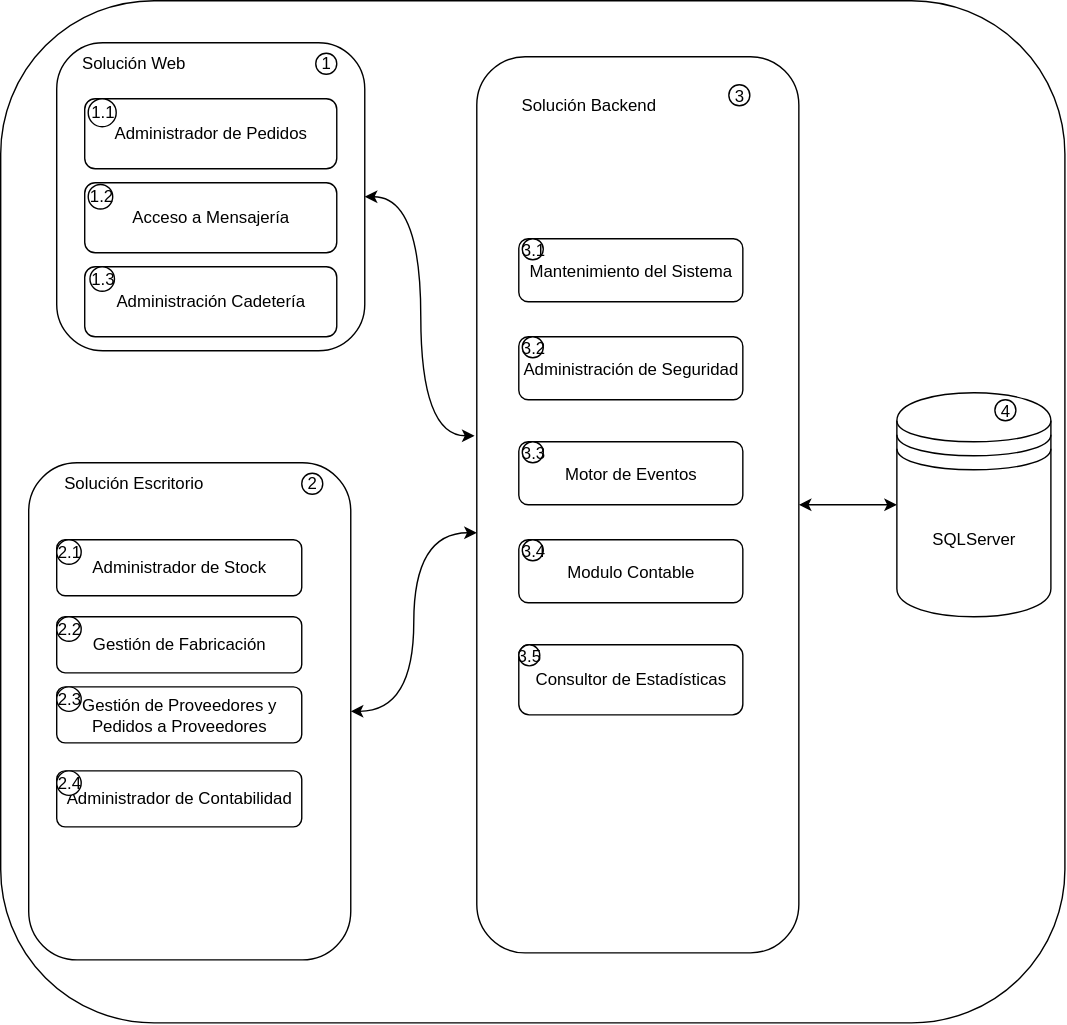
This is propuesta/Solucion.drawio.svg from elelouch/TrabajoFinalAUS, a draw.io export, as it was before one commit. Source tidied: cells renumbered, new cells last; positions are measured from the earlier drawing's top-left corner, leaving out a move shared by most shapes. The source it was exported from:
```xml
<mxGraphModel>
  <root>
    <mxCell id="0" />
    <mxCell id="1" parent="0" />
    <mxCell id="2" value="&amp;nbsp;&amp;nbsp;" style="rounded=1;whiteSpace=wrap;html=1;" parent="1" vertex="1">
      <mxGeometry width="760" height="730" as="geometry" />
    </mxCell>
    <mxCell id="3" style="rounded=1;whiteSpace=wrap;html=1;" parent="1" vertex="1">
      <mxGeometry x="40" y="30" width="220" height="220" as="geometry" />
    </mxCell>
    <mxCell id="4" style="rounded=0;jettySize=auto;html=1;exitX=1;exitY=0.5;exitDx=0;exitDy=0;entryX=0;entryY=0.5;entryDx=0;entryDy=0;startArrow=classic;startFill=1;" parent="1" edge="1" source="5" target="9">
      <mxGeometry relative="1" as="geometry" />
    </mxCell>
    <mxCell id="5" style="rounded=1;whiteSpace=wrap;html=1;" parent="1" vertex="1">
      <mxGeometry x="340" y="40" width="230" height="640" as="geometry" />
    </mxCell>
    <mxCell id="6" style="rounded=1;whiteSpace=wrap;html=1;" parent="1" vertex="1">
      <mxGeometry x="20" y="330" width="230" height="355" as="geometry" />
    </mxCell>
    <mxCell id="7" style="edgeStyle=orthogonalEdgeStyle;rounded=0;jettySize=auto;html=1;exitX=1;exitY=0.5;exitDx=0;exitDy=0;curved=1;startArrow=classic;startFill=1;" parent="1" edge="1" source="6">
      <mxGeometry relative="1" as="geometry">
        <mxPoint x="340" y="380" as="targetPoint" />
      </mxGeometry>
    </mxCell>
    <mxCell id="8" style="edgeStyle=orthogonalEdgeStyle;rounded=0;jettySize=auto;html=1;exitX=1;exitY=0.5;exitDx=0;exitDy=0;entryX=-0.007;entryY=0.423;entryDx=0;entryDy=0;entryPerimeter=0;curved=1;startArrow=classic;startFill=1;" parent="1" edge="1" source="3" target="5">
      <mxGeometry relative="1" as="geometry">
        <Array as="points">
          <mxPoint x="300" y="140" />
          <mxPoint x="300" y="311" />
        </Array>
      </mxGeometry>
    </mxCell>
    <mxCell id="9" value="SQLServer" style="shape=datastore;whiteSpace=wrap;html=1;" parent="1" vertex="1">
      <mxGeometry x="640" y="280" width="110" height="160" as="geometry" />
    </mxCell>
    <mxCell id="10" value="Administrador de Pedidos" style="rounded=1;whiteSpace=wrap;html=1;" parent="1" vertex="1">
      <mxGeometry x="60" y="70" width="180" height="50" as="geometry" />
    </mxCell>
    <mxCell id="11" value="Acceso a Mensajería" style="rounded=1;whiteSpace=wrap;html=1;" parent="1" vertex="1">
      <mxGeometry x="60" y="130" width="180" height="50" as="geometry" />
    </mxCell>
    <mxCell id="12" value="Administración Cadetería" style="rounded=1;whiteSpace=wrap;html=1;" parent="1" vertex="1">
      <mxGeometry x="60" y="190" width="180" height="50" as="geometry" />
    </mxCell>
    <mxCell id="13" value="Solución Web" style="text;strokeColor=none;align=center;fillColor=none;html=1;verticalAlign=middle;whiteSpace=wrap;rounded=0;" parent="1" vertex="1">
      <mxGeometry x="55" y="30" width="80" height="30" as="geometry" />
    </mxCell>
    <mxCell id="14" value="Solución Escritorio" style="text;strokeColor=none;align=center;fillColor=none;html=1;verticalAlign=middle;whiteSpace=wrap;rounded=0;" parent="1" vertex="1">
      <mxGeometry x="35" y="330" width="120" height="30" as="geometry" />
    </mxCell>
    <mxCell id="15" value="Administrador de Stock" style="rounded=1;whiteSpace=wrap;html=1;" parent="1" vertex="1">
      <mxGeometry x="40" y="385" width="175" height="40" as="geometry" />
    </mxCell>
    <mxCell id="16" value="Gestión de Fabricación" style="rounded=1;whiteSpace=wrap;html=1;" parent="1" vertex="1">
      <mxGeometry x="40" y="440" width="175" height="40" as="geometry" />
    </mxCell>
    <mxCell id="17" value="Solución Backend" style="text;strokeColor=none;align=center;fillColor=none;html=1;verticalAlign=middle;whiteSpace=wrap;rounded=0;" parent="1" vertex="1">
      <mxGeometry x="360" y="60" width="120" height="30" as="geometry" />
    </mxCell>
    <mxCell id="18" value="Mantenimiento del Sistema" style="rounded=1;whiteSpace=wrap;html=1;" parent="1" vertex="1">
      <mxGeometry x="370" y="170" width="160" height="45" as="geometry" />
    </mxCell>
    <mxCell id="19" value="Administración de Seguridad" style="rounded=1;whiteSpace=wrap;html=1;" parent="1" vertex="1">
      <mxGeometry x="370" y="240" width="160" height="45" as="geometry" />
    </mxCell>
    <mxCell id="20" value="Motor de Eventos" style="rounded=1;whiteSpace=wrap;html=1;" parent="1" vertex="1">
      <mxGeometry x="370" y="315" width="160" height="45" as="geometry" />
    </mxCell>
    <mxCell id="21" value="Modulo Contable" style="rounded=1;whiteSpace=wrap;html=1;" parent="1" vertex="1">
      <mxGeometry x="370" y="385" width="160" height="45" as="geometry" />
    </mxCell>
    <mxCell id="22" value="Administrador de Contabilidad" style="rounded=1;whiteSpace=wrap;html=1;" parent="1" vertex="1">
      <mxGeometry x="40" y="550" width="175" height="40" as="geometry" />
    </mxCell>
    <mxCell id="23" value="Gestión de Proveedores y Pedidos a Proveedores" style="rounded=1;whiteSpace=wrap;html=1;" parent="1" vertex="1">
      <mxGeometry x="40" y="490" width="175" height="40" as="geometry" />
    </mxCell>
    <mxCell id="24" value="Consultor de Estadísticas" style="rounded=1;whiteSpace=wrap;html=1;" parent="1" vertex="1">
      <mxGeometry x="370" y="460" width="160" height="50" as="geometry" />
    </mxCell>
    <mxCell id="25" value="1" style="ellipse;whiteSpace=wrap;html=1;" parent="1" vertex="1">
      <mxGeometry x="225" y="37.5" width="15" height="15" as="geometry" />
    </mxCell>
    <mxCell id="26" value="2" style="ellipse;whiteSpace=wrap;html=1;" parent="1" vertex="1">
      <mxGeometry x="215" y="337.5" width="15" height="15" as="geometry" />
    </mxCell>
    <mxCell id="27" value="3" style="ellipse;whiteSpace=wrap;html=1;" parent="1" vertex="1">
      <mxGeometry x="520" y="60" width="15" height="15" as="geometry" />
    </mxCell>
    <mxCell id="28" value="4" style="ellipse;whiteSpace=wrap;html=1;" parent="1" vertex="1">
      <mxGeometry x="710" y="285" width="15" height="15" as="geometry" />
    </mxCell>
    <mxCell id="29" value="1.2" style="ellipse;whiteSpace=wrap;html=1;" parent="1" vertex="1">
      <mxGeometry x="62.5" y="131.2" width="17.5" height="17.5" as="geometry" />
    </mxCell>
    <mxCell id="30" value="1.1" style="ellipse;whiteSpace=wrap;html=1;" parent="1" vertex="1">
      <mxGeometry x="62.5" y="70" width="20" height="20" as="geometry" />
    </mxCell>
    <mxCell id="31" value="1.3" style="ellipse;whiteSpace=wrap;html=1;" parent="1" vertex="1">
      <mxGeometry x="63.8" y="190" width="17.5" height="17.5" as="geometry" />
    </mxCell>
    <mxCell id="32" value="2.1" style="ellipse;whiteSpace=wrap;html=1;" parent="1" vertex="1">
      <mxGeometry x="40" y="385" width="17.5" height="17.5" as="geometry" />
    </mxCell>
    <mxCell id="33" value="2.2" style="ellipse;whiteSpace=wrap;html=1;" parent="1" vertex="1">
      <mxGeometry x="40" y="440" width="17.5" height="17.5" as="geometry" />
    </mxCell>
    <mxCell id="34" value="2.3" style="ellipse;whiteSpace=wrap;html=1;" parent="1" vertex="1">
      <mxGeometry x="40" y="490" width="17.5" height="17.5" as="geometry" />
    </mxCell>
    <mxCell id="35" value="2.4" style="ellipse;whiteSpace=wrap;html=1;" parent="1" vertex="1">
      <mxGeometry x="40" y="550" width="17.5" height="17.5" as="geometry" />
    </mxCell>
    <mxCell id="36" value="3.1" style="ellipse;whiteSpace=wrap;html=1;" parent="1" vertex="1">
      <mxGeometry x="372.5" y="170" width="15" height="15" as="geometry" />
    </mxCell>
    <mxCell id="37" value="3.2" style="ellipse;whiteSpace=wrap;html=1;" parent="1" vertex="1">
      <mxGeometry x="372.5" y="240" width="15" height="15" as="geometry" />
    </mxCell>
    <mxCell id="38" value="3.3" style="ellipse;whiteSpace=wrap;html=1;" parent="1" vertex="1">
      <mxGeometry x="372.5" y="315" width="15" height="15" as="geometry" />
    </mxCell>
    <mxCell id="39" value="3.4" style="ellipse;whiteSpace=wrap;html=1;" parent="1" vertex="1">
      <mxGeometry x="372.5" y="385" width="15" height="15" as="geometry" />
    </mxCell>
    <mxCell id="40" value="3.5" style="ellipse;whiteSpace=wrap;html=1;" parent="1" vertex="1">
      <mxGeometry x="370" y="460" width="15" height="15" as="geometry" />
    </mxCell>
  </root>
</mxGraphModel>
```
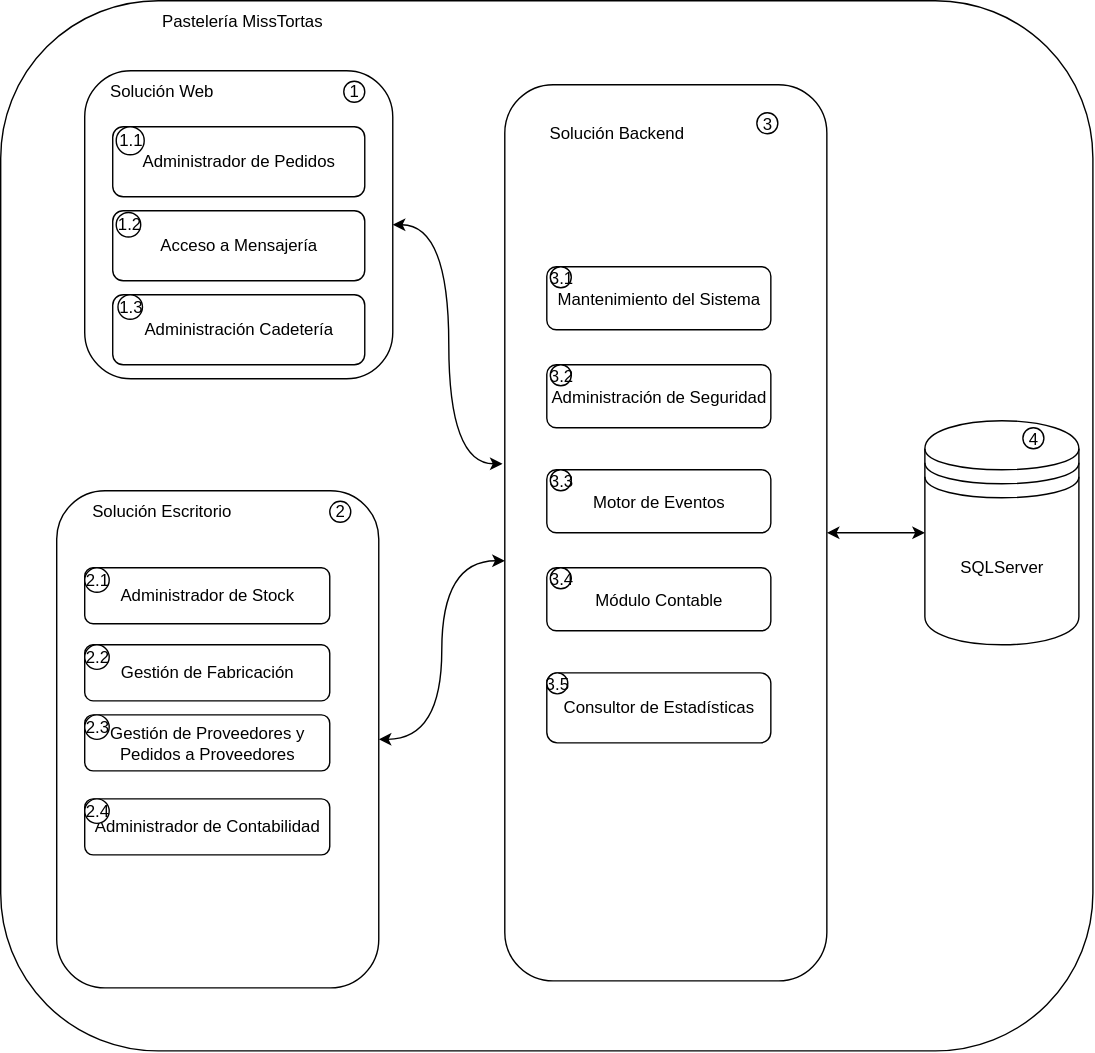
Above is the later version.

Change to the diagram source:
```diff
@@ -3,7 +3,7 @@
     <mxCell id="0" />
     <mxCell id="1" parent="0" />
     <mxCell id="2" value="&amp;nbsp;&amp;nbsp;" style="rounded=1;whiteSpace=wrap;html=1;" parent="1" vertex="1">
-      <mxGeometry width="760" height="730" as="geometry" />
+      <mxGeometry x="-20" y="-20" width="780" height="750" as="geometry" />
     </mxCell>
     <mxCell id="3" style="rounded=1;whiteSpace=wrap;html=1;" parent="1" vertex="1">
       <mxGeometry x="40" y="30" width="220" height="220" as="geometry" />
@@ -66,7 +66,7 @@
     <mxCell id="20" value="Motor de Eventos" style="rounded=1;whiteSpace=wrap;html=1;" parent="1" vertex="1">
       <mxGeometry x="370" y="315" width="160" height="45" as="geometry" />
     </mxCell>
-    <mxCell id="21" value="Modulo Contable" style="rounded=1;whiteSpace=wrap;html=1;" parent="1" vertex="1">
+    <mxCell id="21" value="Módulo Contable" style="rounded=1;whiteSpace=wrap;html=1;" parent="1" vertex="1">
       <mxGeometry x="370" y="385" width="160" height="45" as="geometry" />
     </mxCell>
     <mxCell id="22" value="Administrador de Contabilidad" style="rounded=1;whiteSpace=wrap;html=1;" parent="1" vertex="1">
@@ -126,5 +126,8 @@
     <mxCell id="40" value="3.5" style="ellipse;whiteSpace=wrap;html=1;" parent="1" vertex="1">
       <mxGeometry x="370" y="460" width="15" height="15" as="geometry" />
     </mxCell>
+    <mxCell id="41" value="Pastelería MissTortas" style="text;strokeColor=none;align=center;fillColor=none;html=1;verticalAlign=middle;whiteSpace=wrap;rounded=0;" parent="1" vertex="1">
+      <mxGeometry x="75" y="-20" width="155" height="30" as="geometry" />
+    </mxCell>
   </root>
 </mxGraphModel>
```
